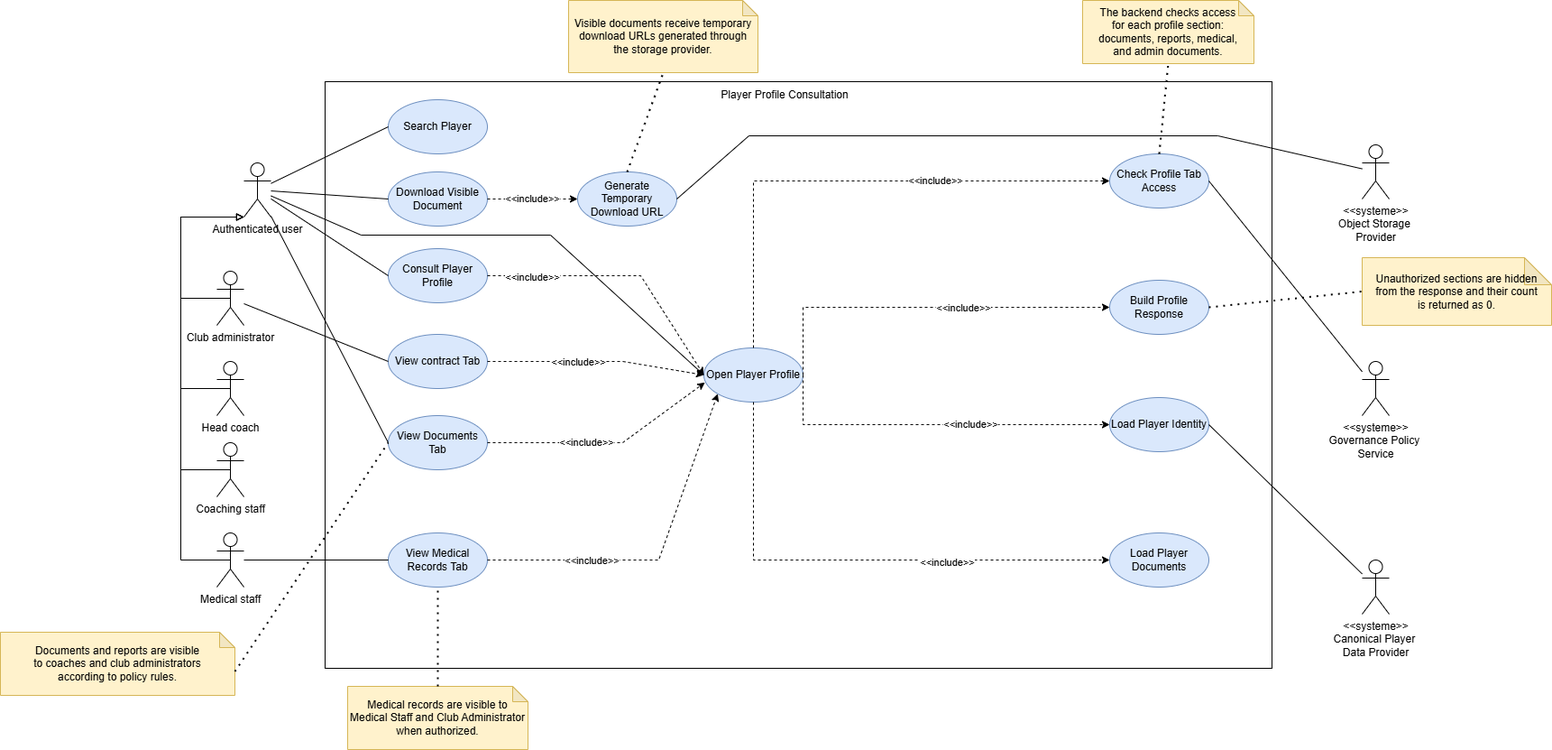
The draw.io diagram report/pfe report/workspace_report/images/usecase/Player Profile Consultation.drawio.png in AmenallahHammed/football-os-core, before a commit. Source tidied: cells renumbered, new cells last; positions are measured from the earlier drawing's top-left corner, leaving out a move shared by most shapes.
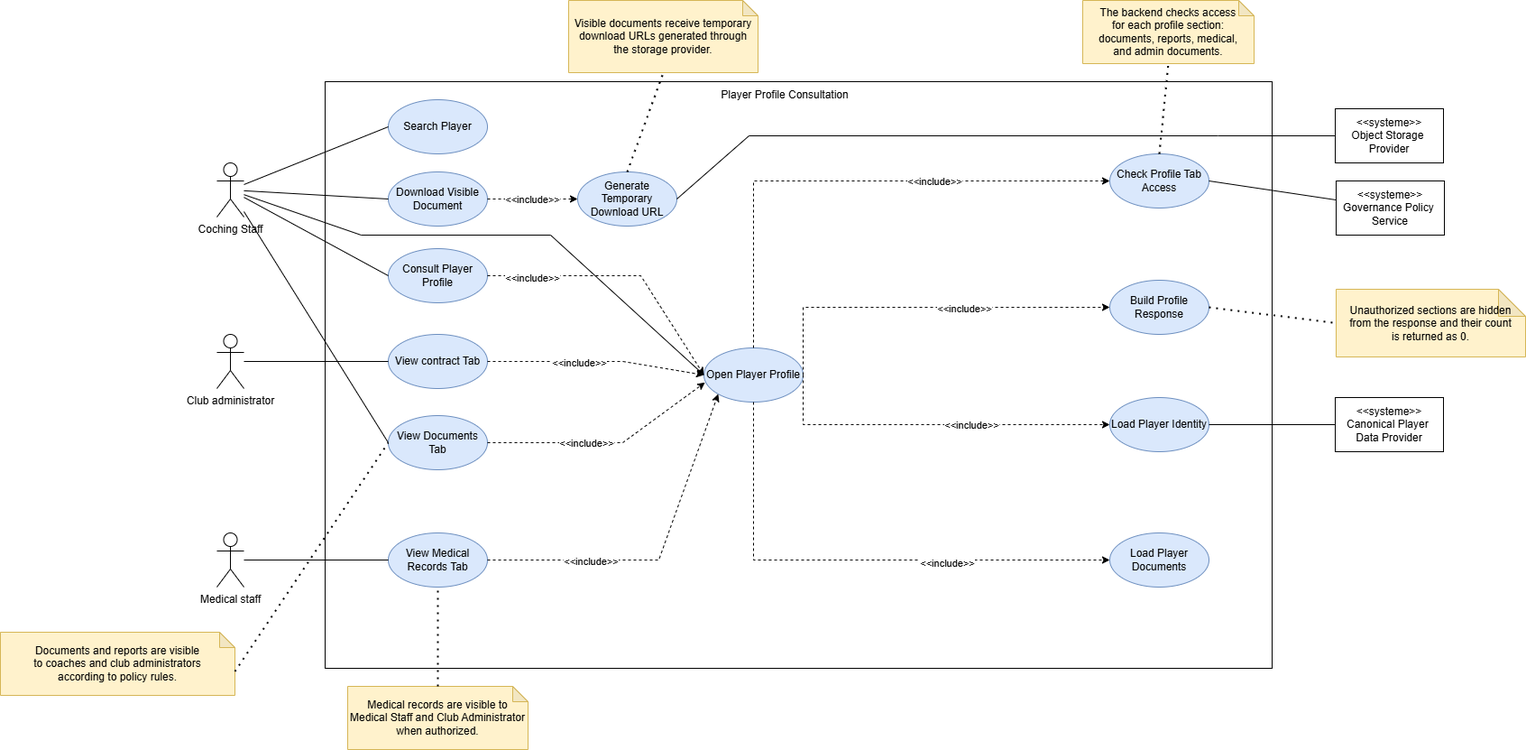
After the commit.

Diff of the diagram source:
```diff
@@ -5,56 +5,15 @@
     <mxCell id="2" style="rounded=0;whiteSpace=wrap;html=1;" parent="1" vertex="1">
       <mxGeometry x="360" y="90" width="1050" height="650" as="geometry" />
     </mxCell>
-    <mxCell id="3" style="edgeStyle=orthogonalEdgeStyle;rounded=0;jettySize=auto;html=1;exitX=0.5;exitY=0.5;exitDx=0;exitDy=0;exitPerimeter=0;endArrow=block;endFill=0;" parent="1" edge="1" source="4" target="7">
-      <mxGeometry relative="1" as="geometry">
-        <Array as="points">
-          <mxPoint x="200" y="330" />
-          <mxPoint x="200" y="240" />
-        </Array>
-      </mxGeometry>
-    </mxCell>
     <mxCell id="4" value="Club administrator" style="shape=umlActor;verticalLabelPosition=bottom;verticalAlign=top;html=1;outlineConnect=0;" parent="1" vertex="1">
-      <mxGeometry x="240" y="300" width="30" height="60" as="geometry" />
+      <mxGeometry x="240" y="370" width="30" height="60" as="geometry" />
     </mxCell>
-    <mxCell id="5" style="edgeStyle=orthogonalEdgeStyle;rounded=0;jettySize=auto;html=1;exitX=0.5;exitY=0.5;exitDx=0;exitDy=0;exitPerimeter=0;endArrow=block;endFill=0;" parent="1" edge="1" source="6" target="7">
-      <mxGeometry relative="1" as="geometry">
-        <Array as="points">
-          <mxPoint x="200" y="620" />
-          <mxPoint x="200" y="240" />
-        </Array>
-      </mxGeometry>
-    </mxCell>
     <mxCell id="6" value="Medical staff" style="shape=umlActor;verticalLabelPosition=bottom;verticalAlign=top;html=1;outlineConnect=0;" parent="1" vertex="1">
       <mxGeometry x="240" y="590" width="30" height="60" as="geometry" />
     </mxCell>
-    <mxCell id="7" value="Authenticated user" style="shape=umlActor;verticalLabelPosition=bottom;verticalAlign=top;html=1;outlineConnect=0;" parent="1" vertex="1">
-      <mxGeometry x="270" y="180" width="30" height="60" as="geometry" />
+    <mxCell id="7" value="Coching Staff" style="shape=umlActor;verticalLabelPosition=bottom;verticalAlign=top;html=1;outlineConnect=0;" parent="1" vertex="1">
+      <mxGeometry x="240" y="180" width="30" height="60" as="geometry" />
     </mxCell>
-    <mxCell id="8" style="edgeStyle=orthogonalEdgeStyle;rounded=0;jettySize=auto;html=1;exitX=0.5;exitY=0.5;exitDx=0;exitDy=0;exitPerimeter=0;endArrow=block;endFill=0;" parent="1" edge="1" source="9" target="7">
-      <mxGeometry relative="1" as="geometry">
-        <Array as="points">
-          <mxPoint x="200" y="520" />
-          <mxPoint x="200" y="240" />
-        </Array>
-      </mxGeometry>
-    </mxCell>
-    <mxCell id="9" value="Coaching staff" style="shape=umlActor;verticalLabelPosition=bottom;verticalAlign=top;html=1;outlineConnect=0;" parent="1" vertex="1">
-      <mxGeometry x="240" y="490" width="30" height="60" as="geometry" />
-    </mxCell>
-    <mxCell id="10" style="edgeStyle=orthogonalEdgeStyle;rounded=0;jettySize=auto;html=1;exitX=0.5;exitY=0.5;exitDx=0;exitDy=0;exitPerimeter=0;endArrow=block;endFill=0;" parent="1" edge="1" source="11" target="7">
-      <mxGeometry relative="1" as="geometry">
-        <Array as="points">
-          <mxPoint x="200" y="430" />
-          <mxPoint x="200" y="240" />
-        </Array>
-      </mxGeometry>
-    </mxCell>
-    <mxCell id="11" value="Head coach" style="shape=umlActor;verticalLabelPosition=bottom;verticalAlign=top;html=1;outlineConnect=0;" parent="1" vertex="1">
-      <mxGeometry x="240" y="400" width="30" height="60" as="geometry" />
-    </mxCell>
-    <mxCell id="12" value="&amp;lt;&amp;lt;systeme&amp;gt;&amp;gt;&lt;div&gt;Governance Policy&amp;nbsp;&lt;/div&gt;&lt;div&gt;Service&lt;/div&gt;" style="shape=umlActor;verticalLabelPosition=bottom;verticalAlign=top;html=1;outlineConnect=0;" parent="1" vertex="1">
-      <mxGeometry x="1510" y="400" width="30" height="60" as="geometry" />
-    </mxCell>
     <mxCell id="13" value="Consult Player Profile" style="ellipse;whiteSpace=wrap;html=1;fillColor=#dae8fc;strokeColor=#6c8ebf;" parent="1" vertex="1">
       <mxGeometry x="430" y="275" width="110" height="60" as="geometry" />
     </mxCell>
@@ -106,12 +65,6 @@
     <mxCell id="29" value="Player Profile Consultation" style="text;html=1;whiteSpace=wrap;strokeColor=none;fillColor=none;align=center;verticalAlign=middle;rounded=0;" parent="1" vertex="1">
       <mxGeometry x="760" y="90" width="220" height="30" as="geometry" />
     </mxCell>
-    <mxCell id="30" value="&amp;lt;&amp;lt;systeme&amp;gt;&amp;gt;&lt;div&gt;Canonical Player&amp;nbsp;&lt;/div&gt;&lt;div&gt;Data Provider&lt;/div&gt;" style="shape=umlActor;verticalLabelPosition=bottom;verticalAlign=top;html=1;outlineConnect=0;" parent="1" vertex="1">
-      <mxGeometry x="1510" y="620" width="30" height="60" as="geometry" />
-    </mxCell>
-    <mxCell id="31" value="&amp;lt;&amp;lt;systeme&amp;gt;&amp;gt;&lt;div&gt;Object Storage&amp;nbsp;&lt;/div&gt;&lt;div&gt;Provider&lt;/div&gt;" style="shape=umlActor;verticalLabelPosition=bottom;verticalAlign=top;html=1;outlineConnect=0;" parent="1" vertex="1">
-      <mxGeometry x="1510" y="160" width="30" height="60" as="geometry" />
-    </mxCell>
     <mxCell id="32" style="endArrow=none;html=1;rounded=0;entryX=0;entryY=0.5;entryDx=0;entryDy=0;" parent="1" edge="1" source="7" target="14">
       <mxGeometry relative="1" as="geometry" />
     </mxCell>
@@ -253,10 +206,19 @@
       <mxGeometry relative="1" as="geometry" />
     </mxCell>
     <mxCell id="64" value="&lt;div&gt;Unauthorized sections are hidden&lt;/div&gt;&lt;div&gt;from the response and their count&lt;/div&gt;&lt;div&gt;is returned as 0.&lt;/div&gt;" style="shape=note;whiteSpace=wrap;html=1;backgroundOutline=1;darkOpacity=0.05;fillColor=#fff2cc;strokeColor=#d6b656;" parent="1" vertex="1">
-      <mxGeometry x="1510" y="285" width="210" height="75" as="geometry" />
+      <mxGeometry x="1481" y="320" width="210" height="75" as="geometry" />
     </mxCell>
     <mxCell id="65" style="endArrow=none;dashed=1;html=1;dashPattern=1 3;strokeWidth=2;rounded=0;exitX=1;exitY=0.5;exitDx=0;exitDy=0;entryX=0;entryY=0.5;entryDx=0;entryDy=0;entryPerimeter=0;" parent="1" edge="1" source="19" target="64">
       <mxGeometry relative="1" as="geometry" />
     </mxCell>
+    <mxCell id="31" value="&lt;span style=&quot;text-wrap-mode: nowrap;&quot;&gt;&amp;lt;&amp;lt;systeme&amp;gt;&amp;gt;&lt;/span&gt;&lt;div style=&quot;text-wrap-mode: nowrap;&quot;&gt;Object Storage&amp;nbsp;&lt;/div&gt;&lt;div style=&quot;text-wrap-mode: nowrap;&quot;&gt;Provider&lt;/div&gt;" style="rounded=0;whiteSpace=wrap;html=1;" parent="1" vertex="1">
+      <mxGeometry x="1480" y="120" width="120" height="60" as="geometry" />
+    </mxCell>
+    <mxCell id="12" value="&lt;span style=&quot;text-wrap-mode: nowrap;&quot;&gt;&amp;lt;&amp;lt;systeme&amp;gt;&amp;gt;&lt;/span&gt;&lt;div style=&quot;text-wrap-mode: nowrap;&quot;&gt;Governance Policy&amp;nbsp;&lt;/div&gt;&lt;div style=&quot;text-wrap-mode: nowrap;&quot;&gt;Service&lt;/div&gt;" style="rounded=0;whiteSpace=wrap;html=1;" parent="1" vertex="1">
+      <mxGeometry x="1481" y="200" width="120" height="60" as="geometry" />
+    </mxCell>
+    <mxCell id="30" value="&lt;span style=&quot;text-wrap-mode: nowrap;&quot;&gt;&amp;lt;&amp;lt;systeme&amp;gt;&amp;gt;&lt;/span&gt;&lt;div style=&quot;text-wrap-mode: nowrap;&quot;&gt;Canonical Player&amp;nbsp;&lt;/div&gt;&lt;div style=&quot;text-wrap-mode: nowrap;&quot;&gt;Data Provider&lt;/div&gt;" style="rounded=0;whiteSpace=wrap;html=1;" parent="1" vertex="1">
+      <mxGeometry x="1480" y="440" width="120" height="60" as="geometry" />
+    </mxCell>
   </root>
 </mxGraphModel>
```
